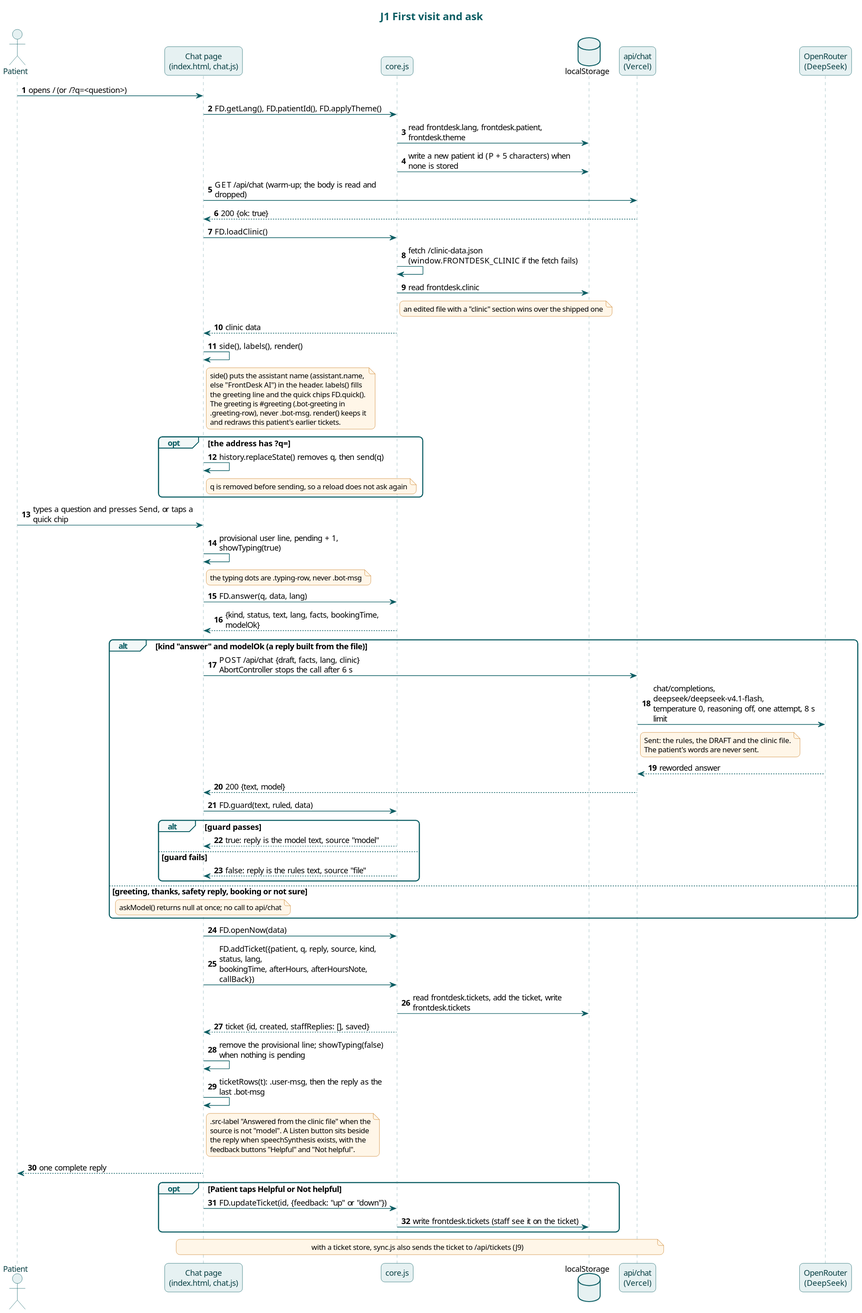
Before: docs/diagrams/j1-first-visit-and-ask.svg, a diagram exported from PlantUML (karwasanjay007/frontdesk-ai-docs).
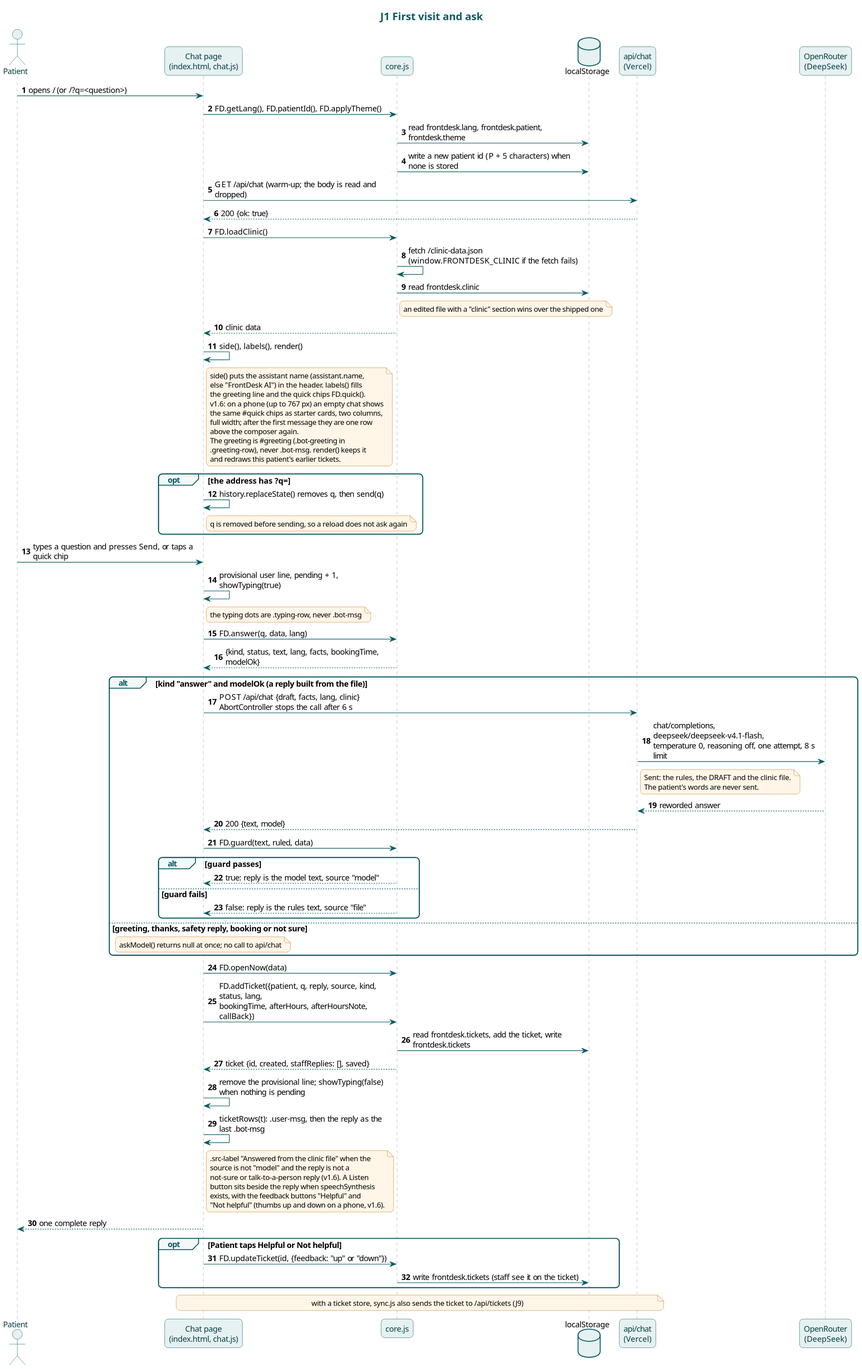
After the change.

The edit, as a diff of the source:
```diff
@@ -25,6 +25,10 @@
 side() puts the assistant name (assistant.name,
 else "FrontDesk AI") in the header. labels() fills
 the greeting line and the quick chips FD.quick().
+v1.6: on a phone (up to 767 px) an empty chat shows
+the same #quick chips as starter cards, two columns,
+full width; after the first message they are one row
+above the composer again.
 The greeting is #greeting (.bot-greeting in
 .greeting-row), never .bot-msg. render() keeps it
 and redraws this patient's earlier tickets.
@@ -68,9 +72,11 @@
 Chat -> Chat : ticketRows(t): .user-msg, then the reply as the last .bot-msg
 note right of Chat
 .src-label "Answered from the clinic file" when the
-source is not "model". A Listen button sits beside
-the reply when speechSynthesis exists, with the
-feedback buttons "Helpful" and "Not helpful".
+source is not "model" and the reply is not a
+not-sure or talk-to-a-person reply (v1.6). A Listen
+button sits beside the reply when speechSynthesis
+exists, with the feedback buttons "Helpful" and
+"Not helpful" (thumbs up and down on a phone, v1.6).
 end note
 Chat --> Patient : one complete reply
 opt Patient taps Helpful or Not helpful
```
